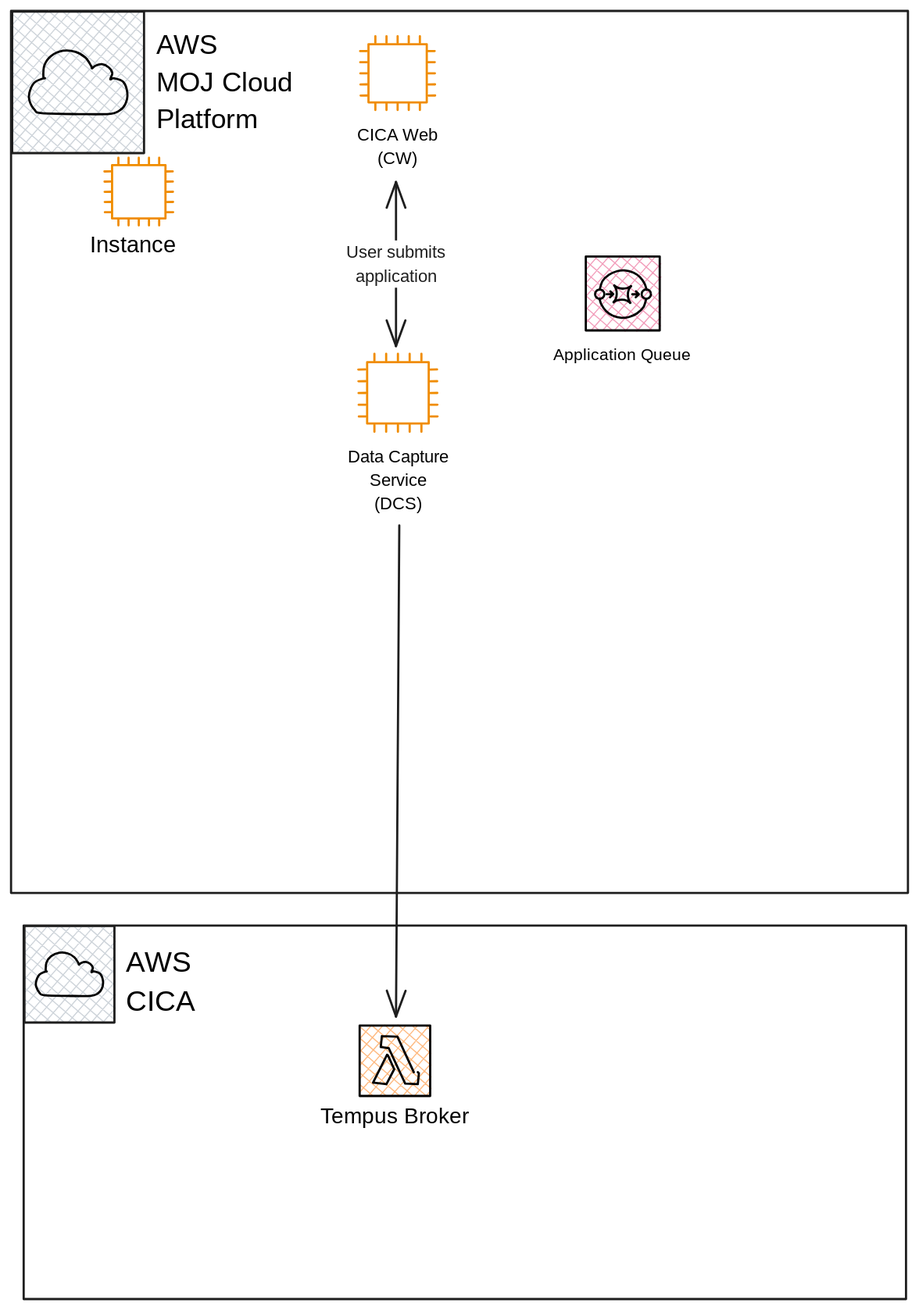
The Excalidraw diagram foo.excalidraw.svg in sinclairs/bla, before a commit. Source tidied: one line per element, renumbered; positions are measured from the earlier drawing's top-left corner, leaving out a move shared by most shapes.
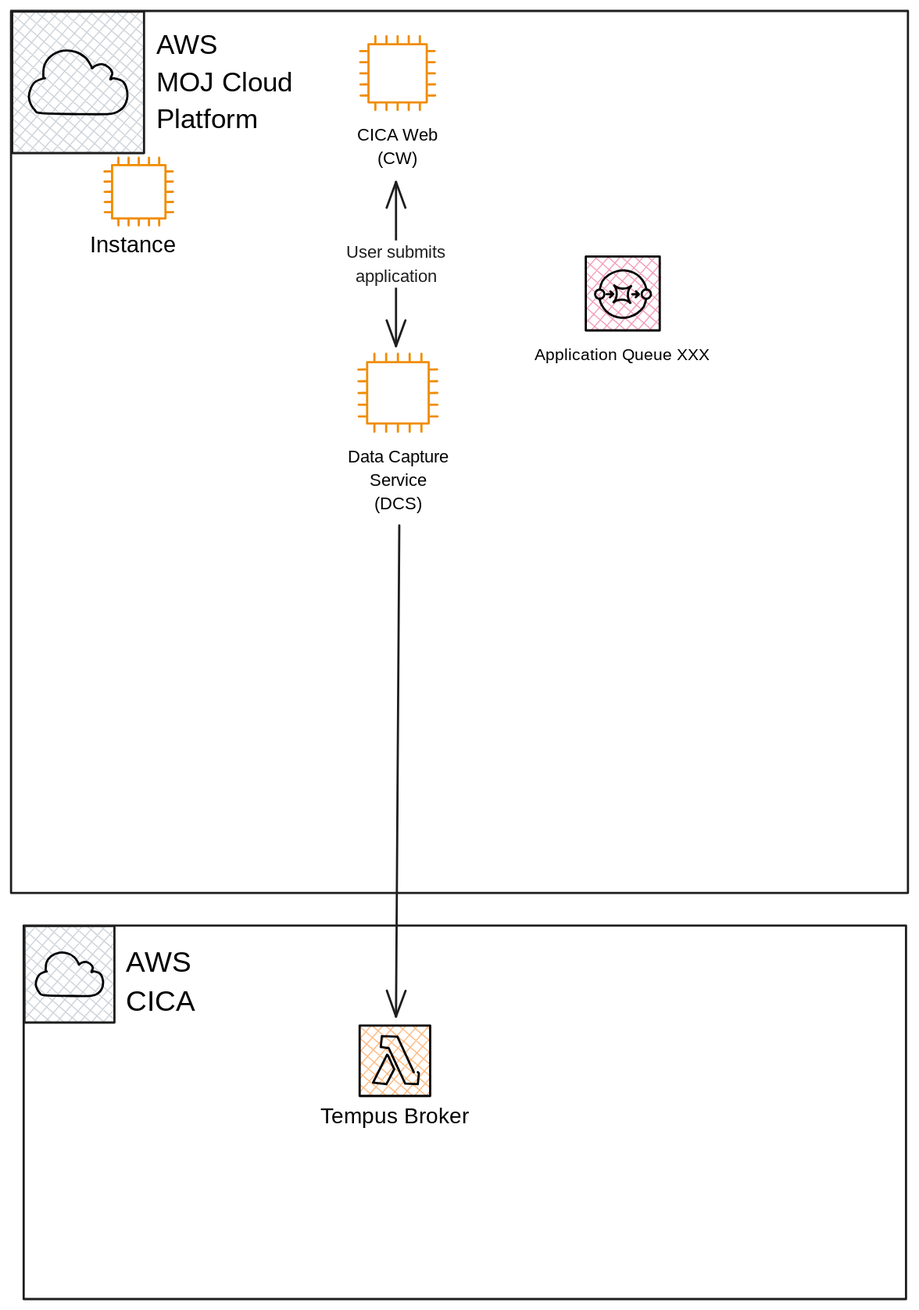
Above is the later version.

What changed in the source:
```diff
@@ -53,7 +53,7 @@
 {"id": 52, "type": "line", "strokeColor": "#000000", "strokeWidth": 2, "roughness": 0, "x": 568, "y": 259, "width": 6, "height": 5, "points": [[0, 0], [6, 0], [3, -3], [6, 0], [3, 3]]}
 {"id": 53, "type": "line", "strokeColor": "#000000", "strokeWidth": 2, "roughness": 0, "round": true, "x": 538, "y": 255, "width": 43, "height": 18, "points": [[0, 0], [3, -8], [9, -14], [16, -17], [23, -18], [31, -16], [37, -11], [41, -5], [43, 0]]}
 {"id": 54, "type": "line", "strokeColor": "#000000", "angle": 3.14, "strokeWidth": 2, "roughness": 0, "round": true, "x": 538, "y": 280, "width": 43, "height": 18, "points": [[0, 0], [3, -8], [9, -14], [16, -17], [23, -18], [31, -16], [37, -11], [41, -5], [43, 0]]}
-{"id": 55, "type": "text", "text": "Application Queue\n", "strokeColor": "#000000", "strokeWidth": 1, "roughness": 1, "fontSize": 15.14, "fontFamily": 6, "textAlign": "center", "x": 495, "y": 304, "width": 127, "height": 41}
+{"id": 55, "type": "text", "text": "Application Queue XXX\n", "strokeColor": "#000000", "strokeWidth": 1, "roughness": 1, "fontSize": 15.14, "fontFamily": 6, "textAlign": "center", "x": 478, "y": 304, "width": 161, "height": 41}
 {"id": 56, "type": "rectangle", "strokeColor": "#1e1e1e", "strokeWidth": 2, "roughness": 0, "x": 0, "y": 0, "width": 820, "height": 807}
 {"id": 57, "type": "text", "text": "AWS\nMOJ Cloud\nPlatform", "strokeColor": "#000000", "strokeWidth": 1, "roughness": 1, "fontSize": 25.17, "fontFamily": 6, "x": 133, "y": 14, "width": 186, "height": 102}
 {"id": 58, "type": "rectangle", "strokeColor": "#1e1e1e", "backgroundColor": "#ced4da", "fillStyle": "cross-hatch", "strokeWidth": 2, "roughness": 0, "x": 1, "y": 1, "width": 121, "height": 129}
```
